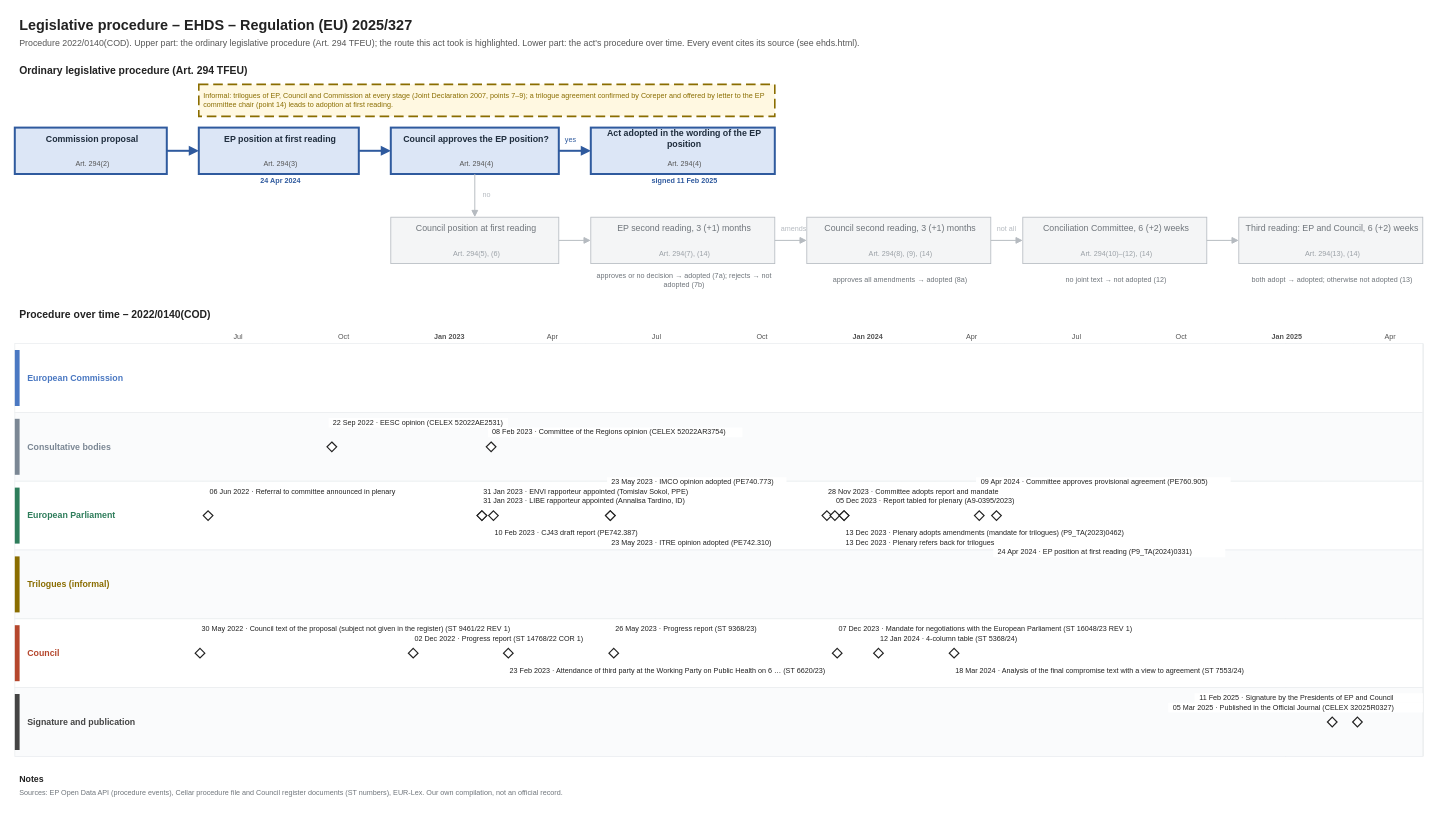
The draw.io diagram procedures/ehds.drawio in git-z0man/eu-regulation-timeline, before the edit. Source tidied: cells renumbered, new cells numbered last; positions are measured from the earlier drawing's top-left corner, leaving out a move shared by most shapes. Both pictures are drawn from the tidied source at 80%, with x=0, y=0 at pixel (14, 14).
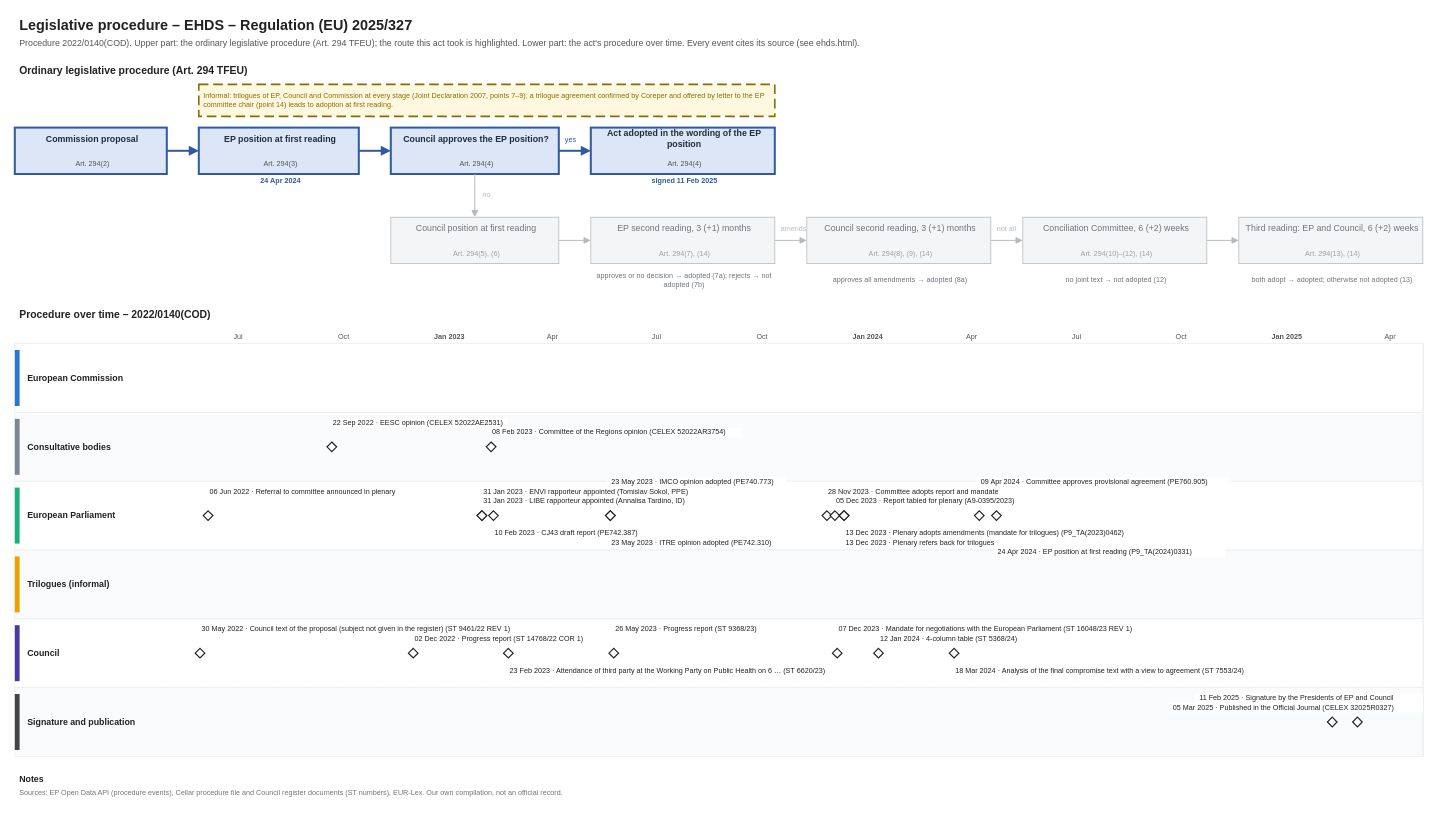
After the change.

Change to the diagram source:
```diff
@@
-    <mxCell id="103" style="rounded=0;arcSize=50;fillColor=#4a78c2;strokeColor=none;" parent="1" vertex="1">
+    <mxCell id="103" style="rounded=0;arcSize=50;fillColor=#2a78d6;strokeColor=none;" parent="1" vertex="1">
       <mxGeometry y="420" width="6" height="70" as="geometry" />
     </mxCell>
-    <mxCell id="104" value="European Commission" style="text;html=1;fontSize=11;fontColor=#4a78c2;align=left;verticalAlign=middle;spacingLeft=4;fontStyle=1;whiteSpace=wrap;" parent="1" vertex="1">
+    <mxCell id="104" value="European Commission" style="text;html=1;fontSize=11;fontColor=#222222;align=left;verticalAlign=middle;spacingLeft=4;fontStyle=1;whiteSpace=wrap;" parent="1" vertex="1">
       <mxGeometry x="10" y="412" width="174" height="86" as="geometry" />
     </mxCell>
@@
-    <mxCell id="107" value="Consultative bodies" style="text;html=1;fontSize=11;fontColor=#7b8794;align=left;verticalAlign=middle;spacingLeft=4;fontStyle=1;whiteSpace=wrap;" parent="1" vertex="1">
+    <mxCell id="107" value="Consultative bodies" style="text;html=1;fontSize=11;fontColor=#222222;align=left;verticalAlign=middle;spacingLeft=4;fontStyle=1;whiteSpace=wrap;" parent="1" vertex="1">
       <mxGeometry x="10" y="498" width="174" height="86" as="geometry" />
     </mxCell>
@@
-    <mxCell id="109" style="rounded=0;arcSize=50;fillColor=#2e7d5b;strokeColor=none;" parent="1" vertex="1">
+    <mxCell id="109" style="rounded=0;arcSize=50;fillColor=#1baf7a;strokeColor=none;" parent="1" vertex="1">
       <mxGeometry y="592" width="6" height="70" as="geometry" />
     </mxCell>
-    <mxCell id="110" value="European Parliament" style="text;html=1;fontSize=11;fontColor=#2e7d5b;align=left;verticalAlign=middle;spacingLeft=4;fontStyle=1;whiteSpace=wrap;" parent="1" vertex="1">
+    <mxCell id="110" value="European Parliament" style="text;html=1;fontSize=11;fontColor=#222222;align=left;verticalAlign=middle;spacingLeft=4;fontStyle=1;whiteSpace=wrap;" parent="1" vertex="1">
       <mxGeometry x="10" y="584" width="174" height="86" as="geometry" />
     </mxCell>
@@
-    <mxCell id="112" style="rounded=0;arcSize=50;fillColor=#8a6d00;strokeColor=none;" parent="1" vertex="1">
+    <mxCell id="112" style="rounded=0;arcSize=50;fillColor=#eda100;strokeColor=none;" parent="1" vertex="1">
       <mxGeometry y="678" width="6" height="70" as="geometry" />
     </mxCell>
-    <mxCell id="113" value="Trilogues (informal)" style="text;html=1;fontSize=11;fontColor=#8a6d00;align=left;verticalAlign=middle;spacingLeft=4;fontStyle=1;whiteSpace=wrap;" parent="1" vertex="1">
+    <mxCell id="113" value="Trilogues (informal)" style="text;html=1;fontSize=11;fontColor=#222222;align=left;verticalAlign=middle;spacingLeft=4;fontStyle=1;whiteSpace=wrap;" parent="1" vertex="1">
       <mxGeometry x="10" y="670" width="174" height="86" as="geometry" />
     </mxCell>
@@
-    <mxCell id="115" style="rounded=0;arcSize=50;fillColor=#b5472d;strokeColor=none;" parent="1" vertex="1">
+    <mxCell id="115" style="rounded=0;arcSize=50;fillColor=#4a3aa7;strokeColor=none;" parent="1" vertex="1">
       <mxGeometry y="764" width="6" height="70" as="geometry" />
     </mxCell>
-    <mxCell id="116" value="Council" style="text;html=1;fontSize=11;fontColor=#b5472d;align=left;verticalAlign=middle;spacingLeft=4;fontStyle=1;whiteSpace=wrap;" parent="1" vertex="1">
+    <mxCell id="116" value="Council" style="text;html=1;fontSize=11;fontColor=#222222;align=left;verticalAlign=middle;spacingLeft=4;fontStyle=1;whiteSpace=wrap;" parent="1" vertex="1">
       <mxGeometry x="10" y="756" width="174" height="86" as="geometry" />
     </mxCell>
@@
-    <mxCell id="119" value="Signature and publication" style="text;html=1;fontSize=11;fontColor=#444444;align=left;verticalAlign=middle;spacingLeft=4;fontStyle=1;whiteSpace=wrap;" parent="1" vertex="1">
+    <mxCell id="119" value="Signature and publication" style="text;html=1;fontSize=11;fontColor=#222222;align=left;verticalAlign=middle;spacingLeft=4;fontStyle=1;whiteSpace=wrap;" parent="1" vertex="1">
       <mxGeometry x="10" y="842" width="174" height="86" as="geometry" />
     </mxCell>
```
